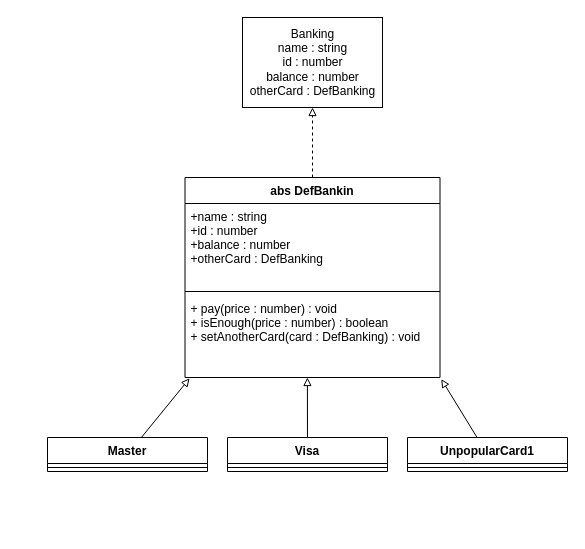
The draw.io diagram Behaviour/Chain/chain.drawio in danil-jpg/MyPatterns, before the edit. Source tidied: cells renumbered, new cells numbered last; positions are measured from the earlier drawing's top-left corner, leaving out a move shared by most shapes. Both pictures are drawn from the tidied source at 100%, with x=0, y=0 at pixel (47, 17).
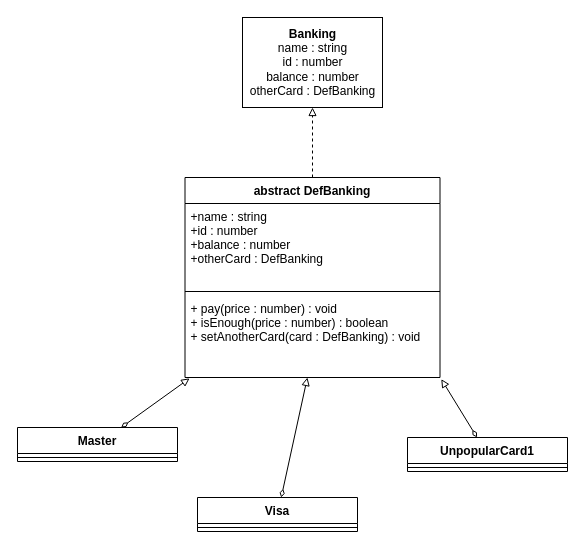
Above is the later version.

Change to the diagram source:
```diff
@@
 <mxGraphModel>
   <root>
     <mxCell id="0" />
     <mxCell id="1" parent="0" />
-    <mxCell id="2" value="Banking&lt;br&gt;name : string&lt;br&gt;id : number&lt;br&gt;balance : number&lt;br&gt;otherCard : DefBanking" style="html=1;" parent="1" vertex="1">
+    <mxCell id="2" value="&lt;b&gt;Banking&lt;/b&gt;&lt;br&gt;name : string&lt;br&gt;id : number&lt;br&gt;balance : number&lt;br&gt;otherCard : DefBanking" style="html=1;" parent="1" vertex="1">
       <mxGeometry x="195" width="140" height="90" as="geometry" />
     </mxCell>
-    <mxCell id="3" style="edgeStyle=none;html=1;entryX=1.005;entryY=1.02;entryDx=0;entryDy=0;entryPerimeter=0;startArrow=none;startFill=0;endArrow=block;endFill=0;" parent="1" edge="1" source="4" target="16">
+    <mxCell id="3" style="edgeStyle=none;html=1;entryX=1.005;entryY=1.02;entryDx=0;entryDy=0;entryPerimeter=0;startArrow=diamondThin;startFill=0;endArrow=block;endFill=0;" parent="1" edge="1" source="4" target="16">
       <mxGeometry relative="1" as="geometry" />
     </mxCell>
     <mxCell id="4" value="UnpopularCard1" style="swimlane;fontStyle=1;align=center;verticalAlign=top;horizontal=1;startSize=26;" parent="1" vertex="1">
       <mxGeometry x="360" y="420" width="160" height="34" as="geometry" />
     </mxCell>
     <mxCell id="5" style="line;strokeWidth=1;fillColor=none;align=left;verticalAlign=middle;spacingTop=-1;spacingLeft=3;spacingRight=3;labelPosition=right;" parent="4" vertex="1">
       <mxGeometry y="26" width="160" height="8" as="geometry" />
     </mxCell>
-    <mxCell id="6" style="edgeStyle=none;html=1;entryX=0.48;entryY=1;entryDx=0;entryDy=0;entryPerimeter=0;startArrow=none;startFill=0;endArrow=block;endFill=0;" parent="1" edge="1" source="7" target="16">
+    <mxCell id="6" style="edgeStyle=none;html=1;entryX=0.48;entryY=1;entryDx=0;entryDy=0;entryPerimeter=0;startArrow=diamondThin;startFill=0;endArrow=block;endFill=0;" parent="1" edge="1" source="7" target="16">
       <mxGeometry relative="1" as="geometry" />
     </mxCell>
     <mxCell id="7" value="Visa" style="swimlane;fontStyle=1;align=center;verticalAlign=top;horizontal=1;startSize=26;" parent="1" vertex="1">
-      <mxGeometry x="180" y="420" width="160" height="34" as="geometry" />
+      <mxGeometry x="150" y="480" width="160" height="34" as="geometry" />
     </mxCell>
     <mxCell id="8" style="line;strokeWidth=1;fillColor=none;align=left;verticalAlign=middle;spacingTop=-1;spacingLeft=3;spacingRight=3;labelPosition=right;" parent="7" vertex="1">
       <mxGeometry y="26" width="160" height="8" as="geometry" />
     </mxCell>
-    <mxCell id="9" style="edgeStyle=none;html=1;entryX=0.018;entryY=1.01;entryDx=0;entryDy=0;entryPerimeter=0;startArrow=none;startFill=0;endArrow=block;endFill=0;" parent="1" edge="1" source="10" target="16">
+    <mxCell id="9" style="edgeStyle=none;html=1;entryX=0.018;entryY=1.01;entryDx=0;entryDy=0;entryPerimeter=0;startArrow=diamondThin;startFill=0;endArrow=block;endFill=0;" parent="1" edge="1" source="10" target="16">
       <mxGeometry relative="1" as="geometry" />
     </mxCell>
     <mxCell id="10" value="Master" style="swimlane;fontStyle=1;align=center;verticalAlign=top;horizontal=1;startSize=26;" parent="1" vertex="1">
-      <mxGeometry y="420" width="160" height="34" as="geometry" />
+      <mxGeometry x="-30" y="410" width="160" height="34" as="geometry" />
     </mxCell>
     <mxCell id="11" style="line;strokeWidth=1;fillColor=none;align=left;verticalAlign=middle;spacingTop=-1;spacingLeft=3;spacingRight=3;labelPosition=right;" parent="10" vertex="1">
       <mxGeometry y="26" width="160" height="8" as="geometry" />
     </mxCell>
     <mxCell id="12" style="edgeStyle=none;html=1;startArrow=none;startFill=0;endArrow=block;endFill=0;dashed=1;" parent="1" edge="1" source="13" target="2">
       <mxGeometry relative="1" as="geometry" />
     </mxCell>
-    <mxCell id="13" value="abs DefBankin" style="swimlane;fontStyle=1;align=center;verticalAlign=top;horizontal=1;startSize=26;" parent="1" vertex="1">
+    <mxCell id="13" value="abstract DefBanking" style="swimlane;fontStyle=1;align=center;verticalAlign=top;horizontal=1;startSize=26;" parent="1" vertex="1">
       <mxGeometry x="137.5" y="160" width="255" height="200" as="geometry" />
     </mxCell>
     <mxCell id="14" value="+name : string&#10;+id : number&#10;+balance : number&#10;+otherCard : DefBanking" style="text;strokeColor=none;fillColor=none;align=left;verticalAlign=top;spacingLeft=4;spacingRight=4;overflow=hidden;" parent="13" vertex="1">
       <mxGeometry y="26" width="255" height="84" as="geometry" />
     </mxCell>
     <mxCell id="15" style="line;strokeWidth=1;fillColor=none;align=left;verticalAlign=middle;spacingTop=-1;spacingLeft=3;spacingRight=3;labelPosition=right;" parent="13" vertex="1">
       <mxGeometry y="110" width="255" height="8" as="geometry" />
     </mxCell>
     <mxCell id="16" value="+ pay(price : number) : void&#10;+ isEnough(price : number) : boolean&#10;+ setAnotherCard(card : DefBanking) : void" style="text;strokeColor=none;fillColor=none;align=left;verticalAlign=top;spacingLeft=4;spacingRight=4;overflow=hidden;points=[[0,0.5],[1,0.5]];portConstraint=eastwest;" parent="13" vertex="1">
       <mxGeometry y="118" width="255" height="82" as="geometry" />
     </mxCell>
   </root>
 </mxGraphModel>
```
